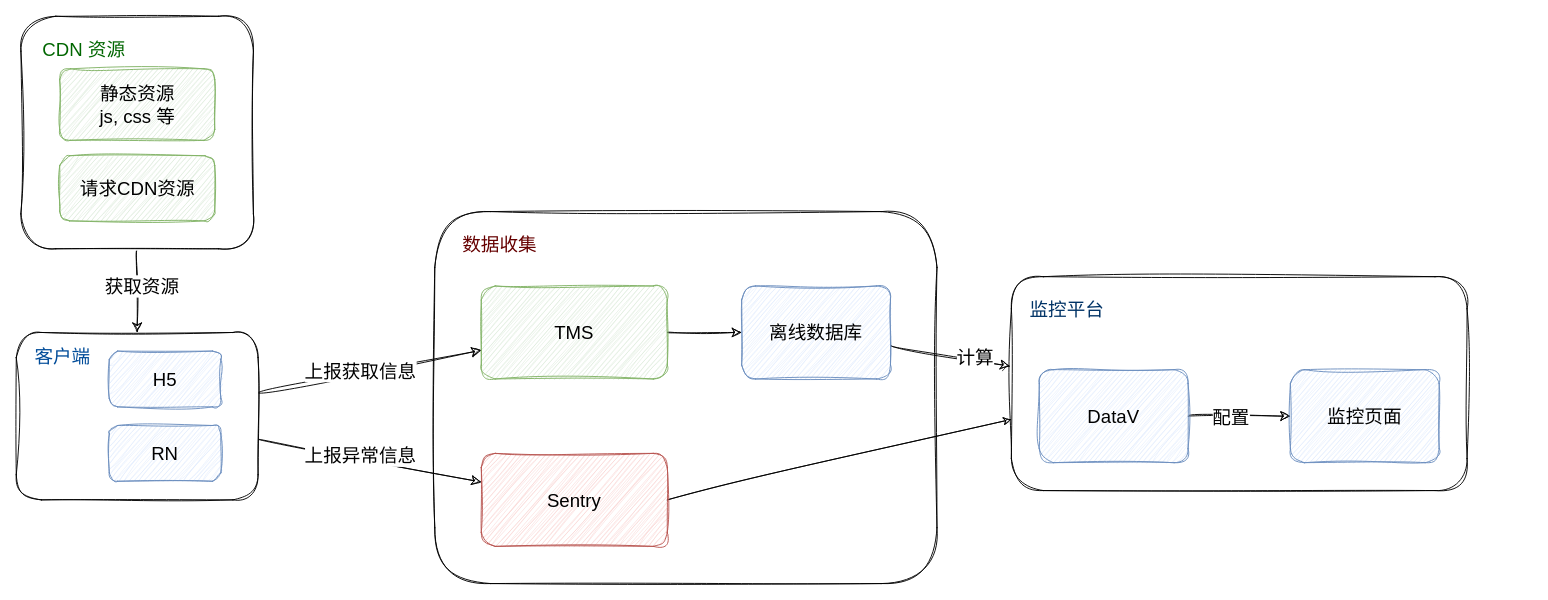
Darkindom/draw-the-diagrams keeps this draw.io diagram as CDN.drawio. Above is the earlier version. Source tidied: cells renumbered, new cells numbered last; positions are measured from the earlier drawing's top-left corner, leaving out a move shared by most shapes. Both pictures are drawn from the tidied source at 93%, with x=0, y=0 at pixel (16, 16).
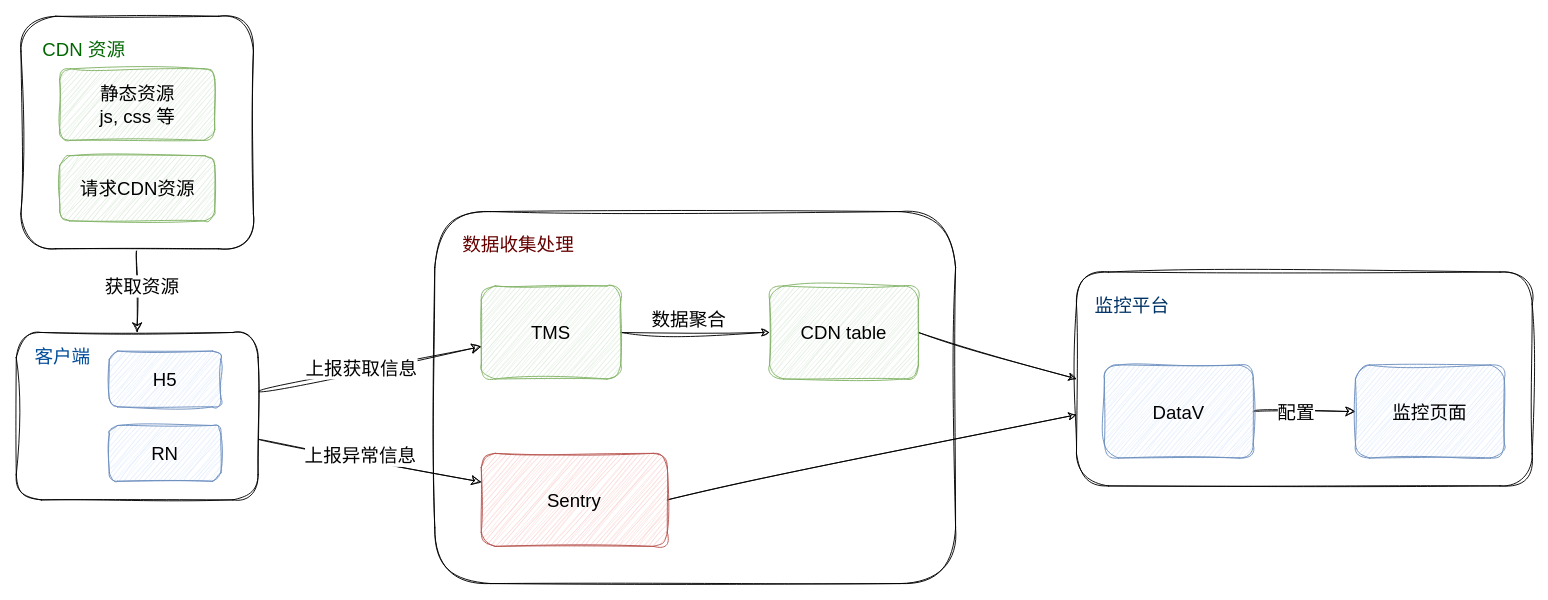
After the change.

Diff of the diagram source:
```diff
@@
     <mxCell id="2" style="rounded=1;whiteSpace=wrap;html=1;sketch=1;hachureGap=4;jiggle=2;curveFitting=1;fontFamily=手札体-简;fontSize=20;" parent="1" vertex="1">
-      <mxGeometry x="1070" y="280" width="490" height="230" as="geometry" />
+      <mxGeometry x="1140" y="275" width="490" height="230" as="geometry" />
     </mxCell>
     <mxCell id="3" style="rounded=1;whiteSpace=wrap;html=1;sketch=1;hachureGap=4;jiggle=2;curveFitting=1;fontFamily=手札体-简;fontSize=20;" parent="1" vertex="1">
-      <mxGeometry x="450" y="210" width="540" height="400" as="geometry" />
+      <mxGeometry x="450" y="210" width="560" height="400" as="geometry" />
     </mxCell>
@@
-    <mxCell id="18" style="edgeStyle=none;curved=1;rounded=0;sketch=1;hachureGap=4;jiggle=2;curveFitting=1;jettySize=auto;html=1;fontFamily=手札体-简;fontSize=16;startSize=8;endSize=8;" parent="1" edge="1" source="19" target="24">
-      <mxGeometry relative="1" as="geometry" />
-    </mxCell>
+    <mxCell id="31" style="edgeStyle=orthogonalEdgeStyle;rounded=0;sketch=1;hachureGap=4;jiggle=2;curveFitting=1;jettySize=auto;html=1;exitX=1;exitY=0.5;exitDx=0;exitDy=0;entryX=0;entryY=0.5;entryDx=0;entryDy=0;fontFamily=手札体-简;fontSize=16;" parent="1" edge="1" source="19" target="34">
+      <mxGeometry relative="1" as="geometry" />
+    </mxCell>
+    <mxCell id="32" value="数据聚合" style="edgeLabel;html=1;align=center;verticalAlign=middle;fontSize=20;fontFamily=手札体-简;" parent="31" vertex="1">
+      <mxGeometry x="-0.1" y="2" relative="1" as="geometry">
+        <mxPoint y="-13" as="offset" />
+      </mxGeometry>
+    </mxCell>
     <mxCell id="19" value="TMS" style="whiteSpace=wrap;html=1;fontSize=20;fontFamily=手札体-简;rounded=1;sketch=1;hachureGap=4;jiggle=2;curveFitting=1;fillColor=#d5e8d4;strokeColor=#82b366;" parent="1" vertex="1">
-      <mxGeometry x="500" y="290" width="200" height="100" as="geometry" />
+      <mxGeometry x="500" y="290" width="150" height="100" as="geometry" />
     </mxCell>
@@
-    <mxCell id="22" style="edgeStyle=none;curved=1;rounded=0;sketch=1;hachureGap=4;jiggle=2;curveFitting=1;jettySize=auto;html=1;fontFamily=手札体-简;fontSize=16;startSize=8;endSize=8;entryX=-0.003;entryY=0.419;entryDx=0;entryDy=0;entryPerimeter=0;" parent="1" edge="1" source="24" target="2">
-      <mxGeometry relative="1" as="geometry" />
-    </mxCell>
-    <mxCell id="23" value="计算" style="edgeLabel;html=1;align=center;verticalAlign=middle;fontSize=20;fontFamily=手札体-简;" parent="22" vertex="1">
-      <mxGeometry x="0.17" y="2" relative="1" as="geometry">
-        <mxPoint x="15" as="offset" />
-      </mxGeometry>
-    </mxCell>
-    <mxCell id="24" value="离线数据库" style="whiteSpace=wrap;html=1;fontSize=20;fontFamily=手札体-简;rounded=1;sketch=1;hachureGap=4;jiggle=2;curveFitting=1;fillColor=#dae8fc;strokeColor=#6c8ebf;" parent="1" vertex="1">
-      <mxGeometry x="780" y="290" width="160" height="100" as="geometry" />
-    </mxCell>
-    <mxCell id="25" value="&lt;font&gt;数据收集&lt;/font&gt;" style="text;html=1;strokeColor=none;fillColor=none;align=center;verticalAlign=middle;whiteSpace=wrap;rounded=0;fontSize=20;fontFamily=手札体-简;fontColor=#660000;" parent="1" vertex="1">
-      <mxGeometry x="470" y="230" width="100" height="30" as="geometry" />
+    <mxCell id="25" value="&lt;font&gt;数据收集处理&lt;/font&gt;" style="text;html=1;strokeColor=none;fillColor=none;align=center;verticalAlign=middle;whiteSpace=wrap;rounded=0;fontSize=20;fontFamily=手札体-简;fontColor=#660000;" parent="1" vertex="1">
+      <mxGeometry x="470" y="230" width="140" height="30" as="geometry" />
     </mxCell>
@@
     <mxCell id="28" value="DataV" style="whiteSpace=wrap;html=1;fontSize=20;fontFamily=手札体-简;rounded=1;sketch=1;hachureGap=4;jiggle=2;curveFitting=1;fillColor=#dae8fc;strokeColor=#6c8ebf;" parent="1" vertex="1">
-      <mxGeometry x="1100" y="380" width="160" height="100" as="geometry" />
+      <mxGeometry x="1170" y="375" width="160" height="100" as="geometry" />
     </mxCell>
     <mxCell id="29" value="监控页面" style="whiteSpace=wrap;html=1;fontSize=20;fontFamily=手札体-简;rounded=1;sketch=1;hachureGap=4;jiggle=2;curveFitting=1;fillColor=#dae8fc;strokeColor=#6c8ebf;" parent="1" vertex="1">
-      <mxGeometry x="1370" y="380" width="160" height="100" as="geometry" />
+      <mxGeometry x="1440" y="375" width="160" height="100" as="geometry" />
     </mxCell>
     <mxCell id="30" value="&lt;font&gt;监控平台&lt;/font&gt;" style="text;html=1;strokeColor=none;fillColor=none;align=center;verticalAlign=middle;whiteSpace=wrap;rounded=0;fontSize=20;fontFamily=手札体-简;fontColor=#003366;" parent="1" vertex="1">
-      <mxGeometry x="1080" y="300" width="100" height="30" as="geometry" />
+      <mxGeometry x="1150" y="295" width="100" height="30" as="geometry" />
     </mxCell>
+    <mxCell id="33" style="rounded=0;sketch=1;hachureGap=4;jiggle=2;curveFitting=1;jettySize=auto;html=1;exitX=1;exitY=0.5;exitDx=0;exitDy=0;entryX=0;entryY=0.5;entryDx=0;entryDy=0;fontFamily=Architects Daughter;fontSize=16;" parent="1" edge="1" source="34" target="2">
+      <mxGeometry relative="1" as="geometry" />
+    </mxCell>
+    <mxCell id="34" value="CDN table" style="whiteSpace=wrap;html=1;fontSize=20;fontFamily=手札体-简;rounded=1;sketch=1;hachureGap=4;jiggle=2;curveFitting=1;fillColor=#d5e8d4;strokeColor=#82b366;" parent="1" vertex="1">
+      <mxGeometry x="810" y="290" width="160" height="100" as="geometry" />
+    </mxCell>
```
